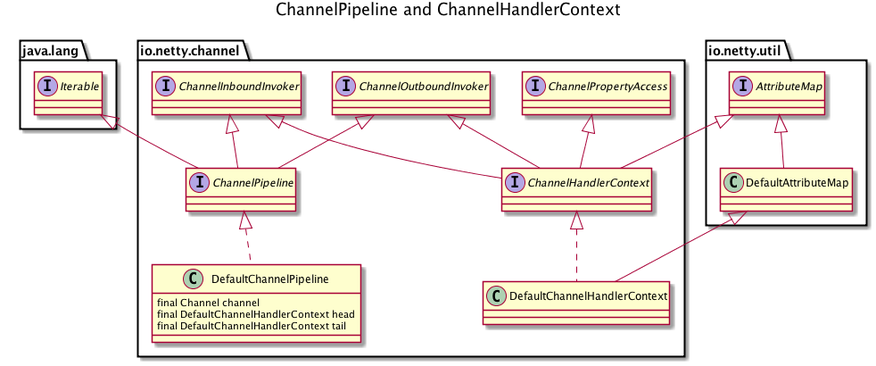
Earlier version of the PlantUML export opensource/netty/ChannelPipeline_and_ChannelHandlerContext.png (lzeus/mydata). The source it was exported from:
```plantuml
@startuml

title ChannelPipeline and ChannelHandlerContext

interface java.lang.Iterable <|-- interface io.netty.channel.ChannelPipeline

interface io.netty.channel.ChannelOutboundInvoker <|-- interface io.netty.channel.ChannelPipeline

interface io.netty.channel.ChannelInboundInvoker <|-- interface io.netty.channel.ChannelPipeline

interface io.netty.channel.ChannelPipeline <|.. io.netty.channel.DefaultChannelPipeline

io.netty.channel.DefaultChannelPipeline : final Channel channel
io.netty.channel.DefaultChannelPipeline : final DefaultChannelHandlerContext head
io.netty.channel.DefaultChannelPipeline : final DefaultChannelHandlerContext tail



interface io.netty.channel.ChannelInboundInvoker <|-- interface io.netty.channel.ChannelHandlerContext

interface io.netty.channel.ChannelOutboundInvoker <|-- interface io.netty.channel.ChannelHandlerContext

interface io.netty.channel.ChannelPropertyAccess <|-- interface io.netty.channel.ChannelHandlerContext

interface io.netty.util.AttributeMap <|-- interface io.netty.channel.ChannelHandlerContext

interface io.netty.channel.ChannelHandlerContext <|.. io.netty.channel.DefaultChannelHandlerContext

interface io.netty.util.AttributeMap <|-- io.netty.util.DefaultAttributeMap

io.netty.util.DefaultAttributeMap <|-- io.netty.channel.DefaultChannelHandlerContext

@enduml
```
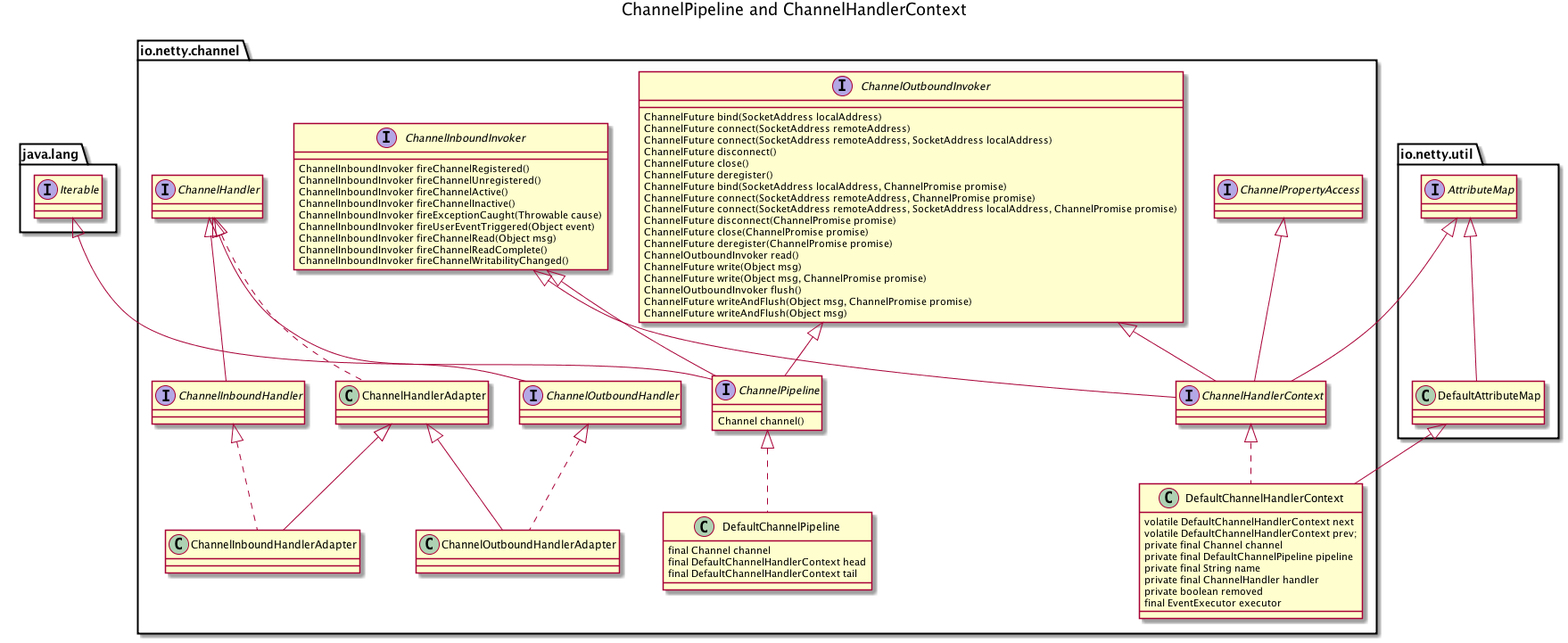
After the commit.

Change to the diagram source:
```diff
@@ -7,6 +7,7 @@
 interface io.netty.channel.ChannelOutboundInvoker <|-- interface io.netty.channel.ChannelPipeline
 
 interface io.netty.channel.ChannelInboundInvoker <|-- interface io.netty.channel.ChannelPipeline
+io.netty.channel.ChannelPipeline : Channel channel()
 
 interface io.netty.channel.ChannelPipeline <|.. io.netty.channel.DefaultChannelPipeline
 
@@ -15,10 +16,37 @@
 io.netty.channel.DefaultChannelPipeline : final DefaultChannelHandlerContext tail
 
 
+interface io.netty.channel.ChannelInboundInvoker <|-- interface io.netty.channel.ChannelHandlerContext
+io.netty.channel.ChannelInboundInvoker : ChannelInboundInvoker fireChannelRegistered()
+io.netty.channel.ChannelInboundInvoker : ChannelInboundInvoker fireChannelUnregistered()
+io.netty.channel.ChannelInboundInvoker : ChannelInboundInvoker fireChannelActive()
+io.netty.channel.ChannelInboundInvoker : ChannelInboundInvoker fireChannelInactive()
+io.netty.channel.ChannelInboundInvoker : ChannelInboundInvoker fireExceptionCaught(Throwable cause)
+io.netty.channel.ChannelInboundInvoker : ChannelInboundInvoker fireUserEventTriggered(Object event)
+io.netty.channel.ChannelInboundInvoker : ChannelInboundInvoker fireChannelRead(Object msg)
+io.netty.channel.ChannelInboundInvoker : ChannelInboundInvoker fireChannelReadComplete()
+io.netty.channel.ChannelInboundInvoker : ChannelInboundInvoker fireChannelWritabilityChanged()
 
-interface io.netty.channel.ChannelInboundInvoker <|-- interface io.netty.channel.ChannelHandlerContext
 
 interface io.netty.channel.ChannelOutboundInvoker <|-- interface io.netty.channel.ChannelHandlerContext
+io.netty.channel.ChannelOutboundInvoker : ChannelFuture bind(SocketAddress localAddress)
+io.netty.channel.ChannelOutboundInvoker : ChannelFuture connect(SocketAddress remoteAddress)
+io.netty.channel.ChannelOutboundInvoker : ChannelFuture connect(SocketAddress remoteAddress, SocketAddress localAddress)
+io.netty.channel.ChannelOutboundInvoker : ChannelFuture disconnect()
+io.netty.channel.ChannelOutboundInvoker : ChannelFuture close()
+io.netty.channel.ChannelOutboundInvoker : ChannelFuture deregister()
+io.netty.channel.ChannelOutboundInvoker : ChannelFuture bind(SocketAddress localAddress, ChannelPromise promise)
+io.netty.channel.ChannelOutboundInvoker : ChannelFuture connect(SocketAddress remoteAddress, ChannelPromise promise)
+io.netty.channel.ChannelOutboundInvoker : ChannelFuture connect(SocketAddress remoteAddress, SocketAddress localAddress, ChannelPromise promise)
+io.netty.channel.ChannelOutboundInvoker : ChannelFuture disconnect(ChannelPromise promise)
+io.netty.channel.ChannelOutboundInvoker : ChannelFuture close(ChannelPromise promise)
+io.netty.channel.ChannelOutboundInvoker : ChannelFuture deregister(ChannelPromise promise)
+io.netty.channel.ChannelOutboundInvoker : ChannelOutboundInvoker read()
+io.netty.channel.ChannelOutboundInvoker : ChannelFuture write(Object msg)
+io.netty.channel.ChannelOutboundInvoker : ChannelFuture write(Object msg, ChannelPromise promise)
+io.netty.channel.ChannelOutboundInvoker : ChannelOutboundInvoker flush()
+io.netty.channel.ChannelOutboundInvoker : ChannelFuture writeAndFlush(Object msg, ChannelPromise promise)
+io.netty.channel.ChannelOutboundInvoker : ChannelFuture writeAndFlush(Object msg)
 
 interface io.netty.channel.ChannelPropertyAccess <|-- interface io.netty.channel.ChannelHandlerContext
 
@@ -29,5 +57,28 @@
 interface io.netty.util.AttributeMap <|-- io.netty.util.DefaultAttributeMap
 
 io.netty.util.DefaultAttributeMap <|-- io.netty.channel.DefaultChannelHandlerContext
+io.netty.channel.DefaultChannelHandlerContext : volatile DefaultChannelHandlerContext next
+io.netty.channel.DefaultChannelHandlerContext : volatile DefaultChannelHandlerContext prev;
+io.netty.channel.DefaultChannelHandlerContext : private final Channel channel
+io.netty.channel.DefaultChannelHandlerContext : private final DefaultChannelPipeline pipeline
+io.netty.channel.DefaultChannelHandlerContext : private final String name
+io.netty.channel.DefaultChannelHandlerContext : private final ChannelHandler handler
+io.netty.channel.DefaultChannelHandlerContext : private boolean removed
+io.netty.channel.DefaultChannelHandlerContext : final EventExecutor executor
+
+
+
+
+interface io.netty.channel.ChannelHandler <|-- interface io.netty.channel.ChannelInboundHandler
+interface io.netty.channel.ChannelHandler <|-- interface io.netty.channel.ChannelOutboundHandler
+
+interface io.netty.channel.ChannelHandler <|.. io.netty.channel.ChannelHandlerAdapter
+
+io.netty.channel.ChannelHandlerAdapter <|-- io.netty.channel.ChannelInboundHandlerAdapter
+io.netty.channel.ChannelInboundHandler <|.. io.netty.channel.ChannelInboundHandlerAdapter
+
+
+io.netty.channel.ChannelHandlerAdapter <|-- io.netty.channel.ChannelOutboundHandlerAdapter
+io.netty.channel.ChannelOutboundHandler <|.. io.netty.channel.ChannelOutboundHandlerAdapter
 
 @enduml
```
